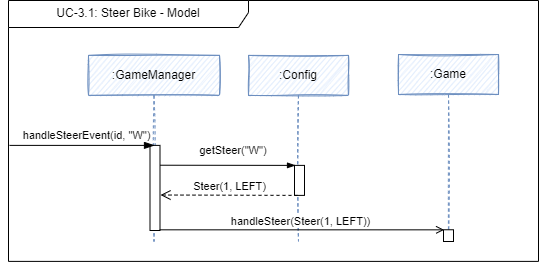
This is Dokumentation/App/diagrams/laufzeit/model_UC3.1_steerBike.png from sckoenig/Distributed-Tron, a draw.io export, as it was before one commit. Source tidied: cells renumbered, new cells last; positions are measured from the earlier drawing's top-left corner, leaving out a move shared by most shapes. The source it was exported from:
```xml
<mxGraphModel>
  <root>
    <mxCell id="0" />
    <mxCell id="1" parent="0" />
    <mxCell id="2" value=":Config" style="shape=umlLifeline;perimeter=lifelinePerimeter;whiteSpace=wrap;html=1;sketch=1;fillColor=#dae8fc;strokeColor=#6c8ebf;" parent="1" vertex="1">
      <mxGeometry x="240" y="54.9" width="100" height="186" as="geometry" />
    </mxCell>
    <mxCell id="3" value=":GameManager" style="shape=umlLifeline;perimeter=lifelinePerimeter;whiteSpace=wrap;html=1;sketch=1;fillColor=#dae8fc;strokeColor=#6c8ebf;" parent="1" vertex="1">
      <mxGeometry x="80" y="54.9" width="131" height="186" as="geometry" />
    </mxCell>
    <mxCell id="4" style="html=1;perimeter=orthogonalPerimeter;" parent="1" vertex="1">
      <mxGeometry x="286" y="164.9" width="10" height="30" as="geometry" />
    </mxCell>
    <mxCell id="5" value="&lt;font style=&quot;font-size: 11px;&quot;&gt;getSteer(&quot;W&quot;)&lt;/font&gt;" style="text;html=1;strokeColor=none;fillColor=none;align=center;verticalAlign=middle;whiteSpace=wrap;rounded=0;" parent="1" vertex="1">
      <mxGeometry x="195" y="134.9" width="60" height="30" as="geometry" />
    </mxCell>
    <mxCell id="6" value="Steer(1, LEFT)" style="html=1;verticalAlign=bottom;endArrow=open;dashed=1;endSize=8;rounded=0;entryX=1.053;entryY=0.583;entryDx=0;entryDy=0;entryPerimeter=0;" parent="1" edge="1" target="7">
      <mxGeometry relative="1" as="geometry">
        <mxPoint x="289" y="194.9" as="sourcePoint" />
      </mxGeometry>
    </mxCell>
    <mxCell id="7" style="html=1;points=[];perimeter=orthogonalPerimeter;" parent="1" vertex="1">
      <mxGeometry x="141.5" y="144.9" width="10" height="85.1" as="geometry" />
    </mxCell>
    <mxCell id="8" value="handleSteerEvent(id, &quot;W&quot;)" style="html=1;verticalAlign=bottom;startArrow=none;startFill=0;endArrow=blockThin;startSize=6;endSize=8;rounded=0;endFill=1;" parent="1" edge="1">
      <mxGeometry x="0.07" y="1" relative="1" as="geometry">
        <mxPoint x="1" y="144.9" as="sourcePoint" />
        <mxPoint x="146" y="144.9" as="targetPoint" />
      </mxGeometry>
    </mxCell>
    <mxCell id="9" style="endArrow=blockThin;html=1;rounded=0;endFill=1;exitX=1.005;exitY=0.233;exitDx=0;exitDy=0;exitPerimeter=0;" parent="1" edge="1" source="7">
      <mxGeometry relative="1" as="geometry">
        <mxPoint x="287" y="164.9" as="targetPoint" />
      </mxGeometry>
    </mxCell>
    <mxCell id="10" value=":Game" style="shape=umlLifeline;perimeter=lifelinePerimeter;whiteSpace=wrap;html=1;sketch=1;fillColor=#dae8fc;strokeColor=#6c8ebf;" parent="1" vertex="1">
      <mxGeometry x="390" y="54" width="100" height="186" as="geometry" />
    </mxCell>
    <mxCell id="11" style="endArrow=open;endFill=1;endSize=6;html=1;rounded=0;fontSize=11;exitX=0.957;exitY=0.992;exitDx=0;exitDy=0;exitPerimeter=0;entryX=0.061;entryY=0.007;entryDx=0;entryDy=0;entryPerimeter=0;" parent="1" edge="1" source="7" target="13">
      <mxGeometry relative="1" as="geometry" />
    </mxCell>
    <mxCell id="12" value="handleSteer(Steer(1, LEFT))" style="edgeLabel;html=1;align=center;verticalAlign=middle;fontSize=11;" parent="11" vertex="1">
      <mxGeometry x="-0.04" y="1" relative="1" as="geometry">
        <mxPoint x="4" y="-8" as="offset" />
      </mxGeometry>
    </mxCell>
    <mxCell id="13" style="html=1;points=[];perimeter=orthogonalPerimeter;" parent="1" vertex="1">
      <mxGeometry x="435" y="229.3" width="10" height="11.7" as="geometry" />
    </mxCell>
    <mxCell id="14" value="UC-3.1: Steer Bike - Model" style="shape=umlFrame;whiteSpace=wrap;html=1;sketch=0;fillColor=default;width=240;height=27;" parent="1" vertex="1">
      <mxGeometry width="530" height="260.9" as="geometry" />
    </mxCell>
  </root>
</mxGraphModel>
```
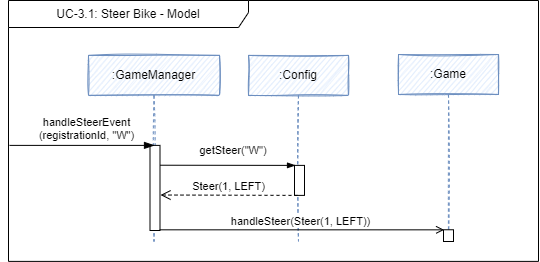
The same file after the commit.

What changed in the source:
```diff
@@ -22,7 +22,7 @@
     <mxCell id="7" style="html=1;points=[];perimeter=orthogonalPerimeter;" parent="1" vertex="1">
       <mxGeometry x="141.5" y="144.9" width="10" height="85.1" as="geometry" />
     </mxCell>
-    <mxCell id="8" value="handleSteerEvent(id, &quot;W&quot;)" style="html=1;verticalAlign=bottom;startArrow=none;startFill=0;endArrow=blockThin;startSize=6;endSize=8;rounded=0;endFill=1;" parent="1" edge="1">
+    <mxCell id="8" value="handleSteerEvent&lt;br&gt;(registrationId, &quot;W&quot;)" style="html=1;verticalAlign=bottom;startArrow=none;startFill=0;endArrow=blockThin;startSize=6;endSize=8;rounded=0;endFill=1;" parent="1" edge="1">
       <mxGeometry x="0.07" y="1" relative="1" as="geometry">
         <mxPoint x="1" y="144.9" as="sourcePoint" />
         <mxPoint x="146" y="144.9" as="targetPoint" />
```
